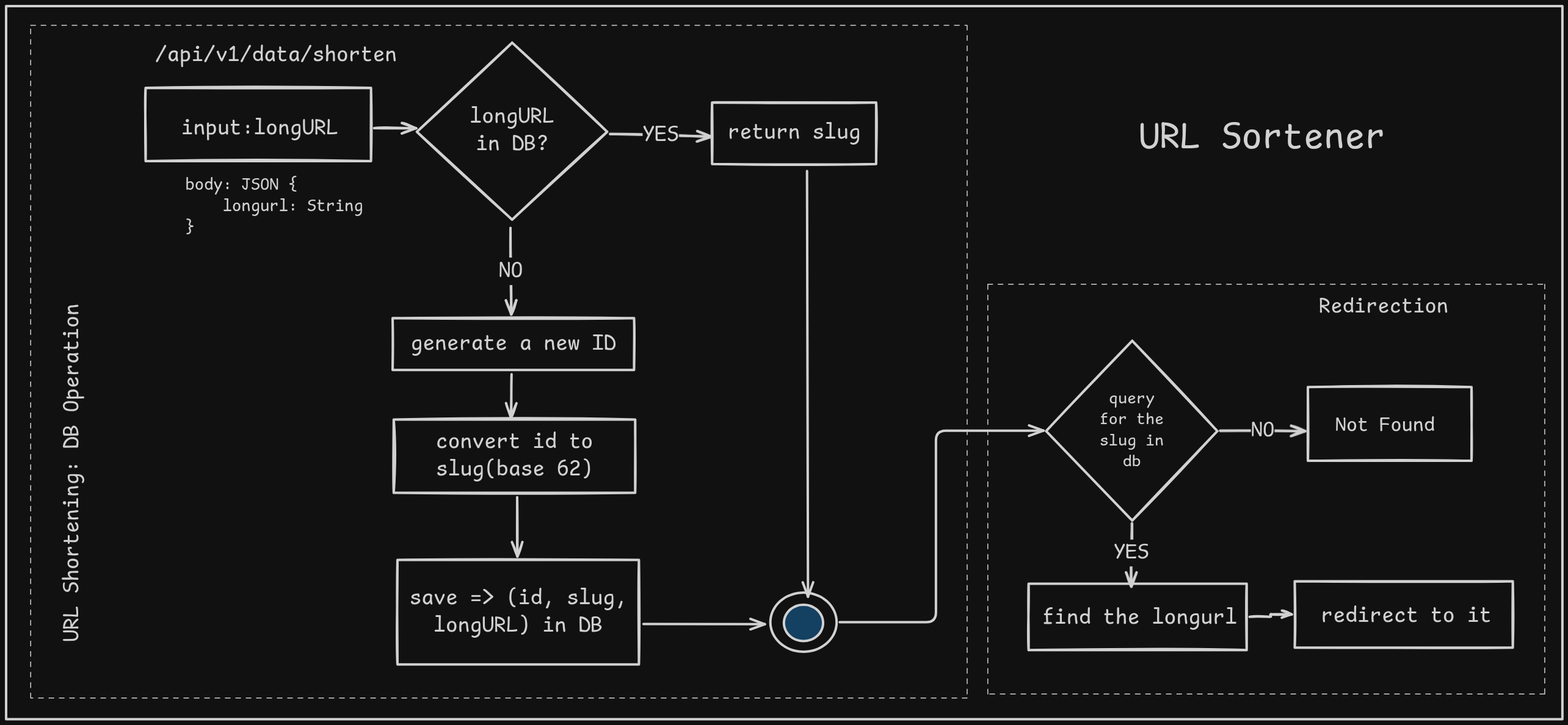
Earlier version of the Excalidraw export assets/shortner_fc.excalidraw.png (Vikk-17/url-shortener). Source tidied: one line per element, renumbered; positions are measured from the earlier drawing's top-left corner, leaving out a move shared by most shapes.
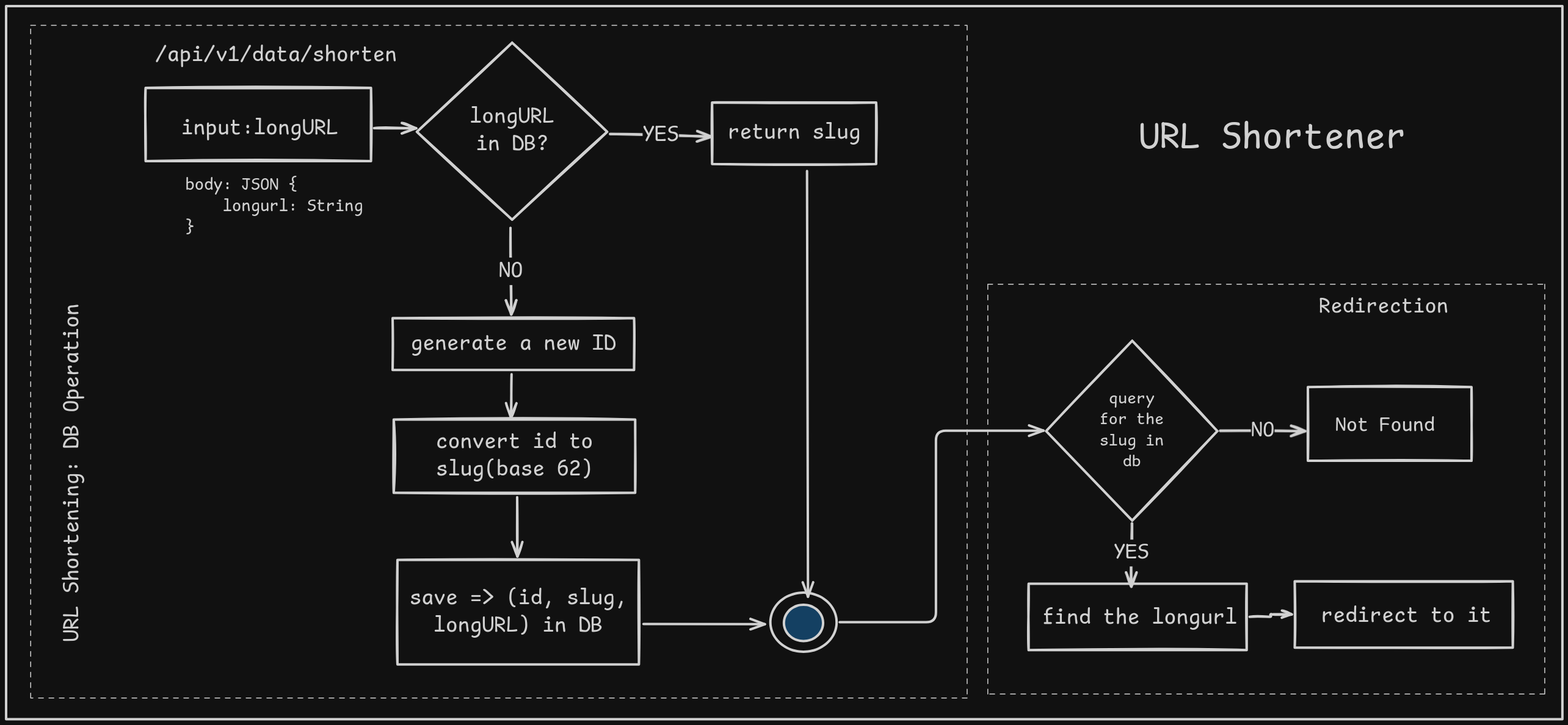
After the change.

Commit message:
full architecture

Diff of the diagram source:
```diff
@@ -41,5 +41,5 @@
 {"id": 40, "type": "arrow", "strokeColor": "#1e1e1e", "backgroundColor": "#a5d8ff", "fillStyle": "solid", "strokeWidth": 4, "roughness": 0, "endArrowhead": "arrow", "from": 24, "to": 38, "x": 1212, "y": 1012, "width": 199, "height": 0, "points": [[0, 0], [199, 0]]}
 {"id": 41, "type": "arrow", "strokeColor": "#1e1e1e", "backgroundColor": "#a5d8ff", "fillStyle": "solid", "strokeWidth": 4, "roughness": 0, "endArrowhead": "arrow", "from": 18, "to": 39, "x": 1480, "y": 270, "width": 2, "height": 698, "points": [[0, 0], [2, 698]]}
 {"id": 42, "type": "text", "text": "URL Shortening: DB Operation", "strokeColor": "#1e1e1e", "angle": 4.71, "backgroundColor": "#a5d8ff", "fillStyle": "solid", "strokeWidth": 4, "roughness": 0, "fontSize": 36, "fontFamily": 8, "x": 0, "y": 742, "width": 554, "height": 45}
-{"id": 43, "type": "text", "text": "URL Sortener", "strokeColor": "#1e1e1e", "backgroundColor": "#a5d8ff", "fillStyle": "solid", "strokeWidth": 4, "roughness": 0, "fontSize": 61.36, "fontFamily": 8, "x": 2024, "y": 178, "width": 405, "height": 77}
+{"id": 43, "type": "text", "text": "URL Shortener", "strokeColor": "#1e1e1e", "backgroundColor": "#a5d8ff", "fillStyle": "solid", "strokeWidth": 4, "roughness": 0, "fontSize": 61.36, "fontFamily": 8, "x": 2024, "y": 178, "width": 438, "height": 77}
 {"id": 44, "type": "rectangle", "strokeColor": "#1e1e1e", "strokeWidth": 4, "roughness": 0, "x": 168, "y": 0, "width": 2549, "height": 1169}
```
